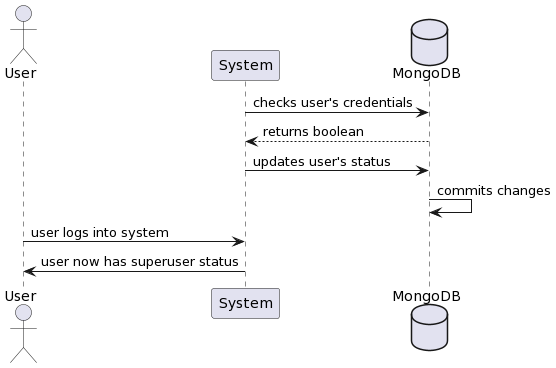
Earlier version of the PlantUML export docs/images/06_add_superuser.png (Arquisoft/dede_es6c).
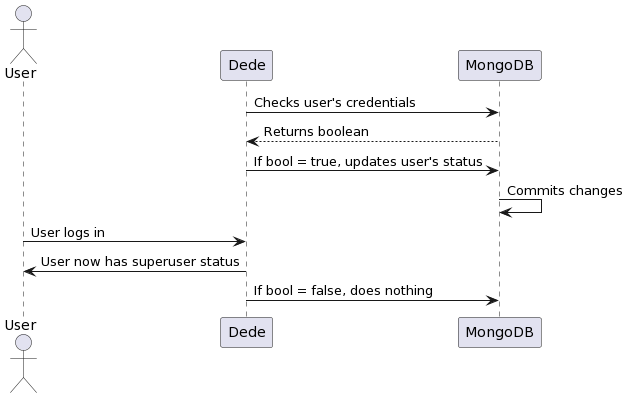
After the change.

What changed in the source:
```diff
@@ -1,12 +1,11 @@
 @startuml
 actor User
-participant System
+Dede-> MongoDB: Checks user's credentials
 database MongoDB
-
-System->MongoDB: checks user's credentials
-MongoDB-->System: returns boolean
-System->MongoDB: updates user's status
-MongoDB->MongoDB: commits changes
-User->System: user logs into system
-System->User: user now has superuser status
+MongoDB--> Dede: Returns boolean
+Dede-> MongoDB: If bool = true, updates user's status
+MongoDB-> MongoDB: Commits changes
+User -> Dede: User logs in
+Dede-> User: User now has superuser status
+Dede -> MongoDB: If bool = false, does nothing
 @enduml
```
